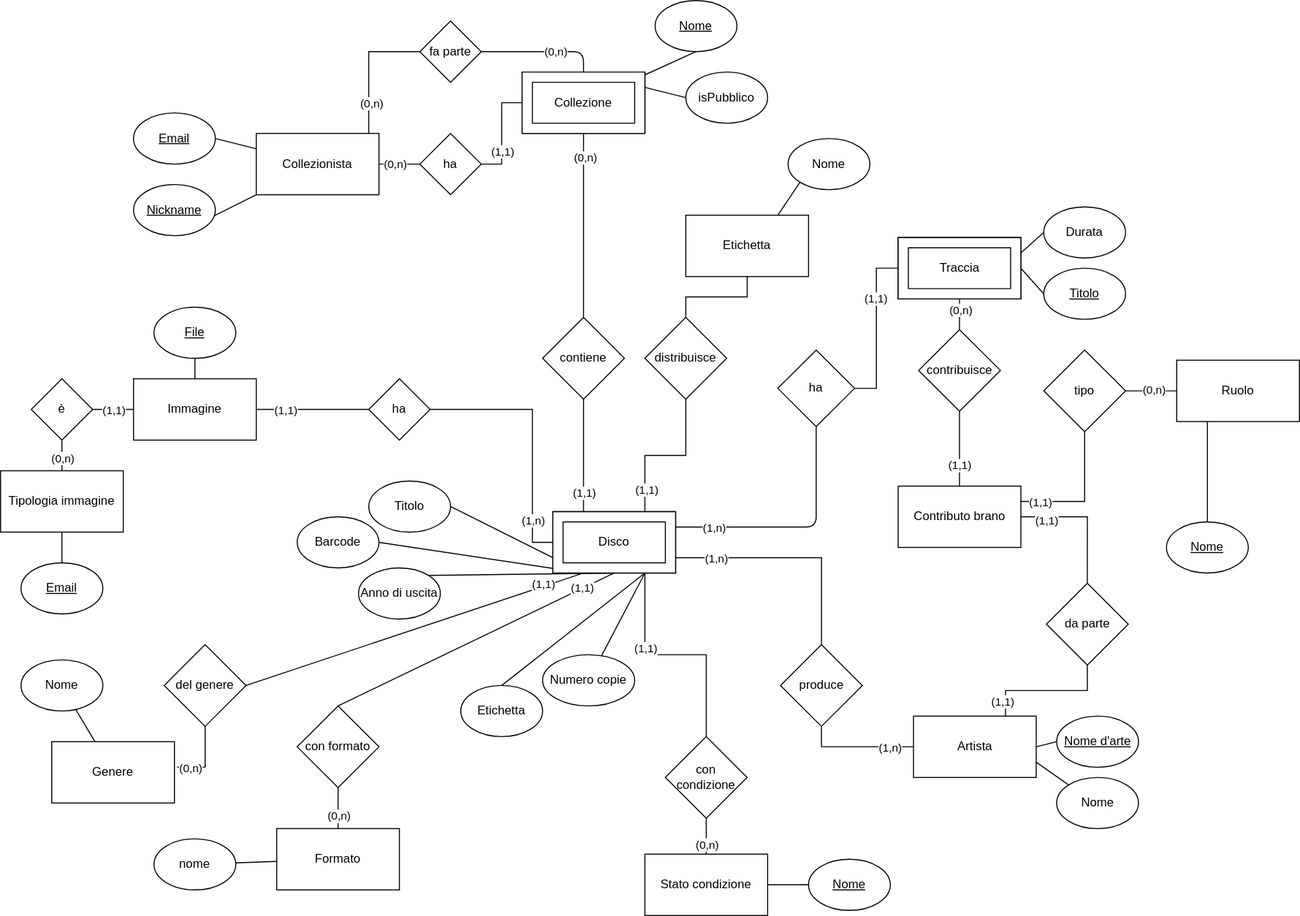
Specy/uni-bd-collectors keeps this draw.io diagram as submission/logical-er.drawio.svg. Above is the earlier version. Source tidied: cells renumbered, new cells last; positions are measured from the earlier drawing's top-left corner, leaving out a move shared by most shapes.
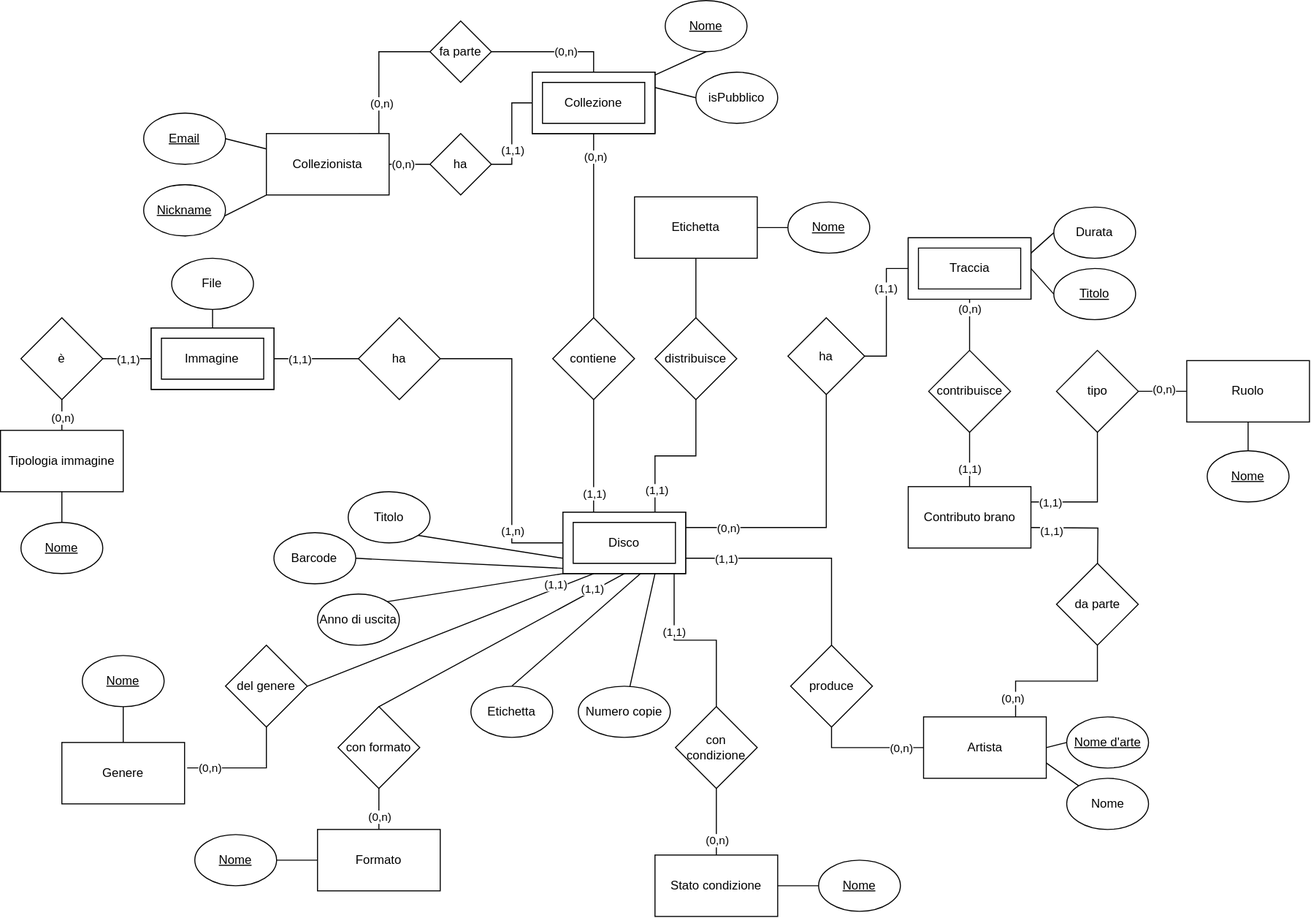
The same file after the commit.

The edit, as a diff of the source:
```diff
@@ -57,8 +57,8 @@
     <mxCell id="18" value="Immagine" style="rounded=0;whiteSpace=wrap;html=1;" parent="1" vertex="1">
-      <mxGeometry x="130" y="370" width="120" height="60" as="geometry" />
+      <mxGeometry x="137.4" y="320" width="120" height="60" as="geometry" />
     </mxCell>
-    <mxCell id="19" style="jettySize=auto;html=1;exitX=0.5;exitY=1;exitDx=0;exitDy=0;entryX=1;entryY=0;entryDx=0;entryDy=0;endArrow=none;endFill=0;" parent="1" edge="1" source="27" target="34">
+    <mxCell id="19" style="jettySize=auto;html=1;exitX=0;exitY=1;exitDx=0;exitDy=0;entryX=1;entryY=0;entryDx=0;entryDy=0;endArrow=none;endFill=0;exitPerimeter=0;" parent="1" edge="1" source="78" target="34">
       <mxGeometry relative="1" as="geometry" />
     </mxCell>
-    <mxCell id="20" style="jettySize=auto;html=1;exitX=0.25;exitY=1;exitDx=0;exitDy=0;entryX=1;entryY=0.5;entryDx=0;entryDy=0;endArrow=none;endFill=0;" parent="1" edge="1" source="27" target="33">
+    <mxCell id="20" style="jettySize=auto;html=1;exitX=0;exitY=0.914;exitDx=0;exitDy=0;entryX=1;entryY=0.5;entryDx=0;entryDy=0;endArrow=none;endFill=0;exitPerimeter=0;" parent="1" edge="1" source="78" target="33">
       <mxGeometry relative="1" as="geometry" />
@@ -68,9 +68,9 @@
     </mxCell>
-    <mxCell id="22" style="jettySize=auto;html=1;exitX=0;exitY=0.75;exitDx=0;exitDy=0;entryX=1;entryY=0.5;entryDx=0;entryDy=0;endArrow=none;endFill=0;" parent="1" edge="1" source="27" target="32">
+    <mxCell id="22" style="jettySize=auto;html=1;exitX=0;exitY=0.75;exitDx=0;exitDy=0;entryX=1;entryY=1;entryDx=0;entryDy=0;endArrow=none;endFill=0;" parent="1" edge="1" source="27" target="32">
       <mxGeometry relative="1" as="geometry" />
     </mxCell>
-    <mxCell id="23" style="edgeStyle=orthogonalEdgeStyle;jettySize=auto;html=1;exitX=0;exitY=0;exitDx=120;exitDy=15;endArrow=none;endFill=0;exitPerimeter=0;" parent="1" edge="1" source="78" target="45">
+    <mxCell id="23" style="edgeStyle=orthogonalEdgeStyle;jettySize=auto;html=1;exitX=0;exitY=0;exitDx=120;exitDy=15;endArrow=none;endFill=0;exitPerimeter=0;rounded=0;" parent="1" edge="1" source="78" target="45">
       <mxGeometry relative="1" as="geometry" />
     </mxCell>
-    <mxCell id="24" value="(1,n)" style="edgeLabel;html=1;align=center;verticalAlign=middle;" parent="23" vertex="1">
+    <mxCell id="24" value="(0,n)" style="edgeLabel;html=1;align=center;verticalAlign=middle;" parent="23" vertex="1">
       <mxGeometry x="-0.69" relative="1" as="geometry" />
@@ -80,3 +80,3 @@
     </mxCell>
-    <mxCell id="26" value="(1,n)" style="edgeLabel;html=1;align=center;verticalAlign=middle;" parent="25" vertex="1">
+    <mxCell id="26" value="(1,1)" style="edgeLabel;html=1;align=center;verticalAlign=middle;" parent="25" vertex="1">
       <mxGeometry x="-0.61" relative="1" as="geometry">
@@ -94,16 +94,16 @@
     </mxCell>
-    <mxCell id="30" value="Nome" style="ellipse;whiteSpace=wrap;html=1;rounded=0;" parent="1" vertex="1">
-      <mxGeometry x="20" y="645" width="80" height="50" as="geometry" />
+    <mxCell id="30" value="&lt;u&gt;Nome&lt;/u&gt;" style="ellipse;whiteSpace=wrap;html=1;rounded=0;" parent="1" vertex="1">
+      <mxGeometry x="70" y="640" width="80" height="50" as="geometry" />
     </mxCell>
-    <mxCell id="31" value="nome" style="ellipse;whiteSpace=wrap;html=1;rounded=0;" parent="1" vertex="1">
-      <mxGeometry x="150" y="820" width="80" height="50" as="geometry" />
+    <mxCell id="31" value="&lt;u&gt;Nome&lt;/u&gt;" style="ellipse;whiteSpace=wrap;html=1;rounded=0;" parent="1" vertex="1">
+      <mxGeometry x="180" y="815" width="80" height="50" as="geometry" />
     </mxCell>
     <mxCell id="32" value="Titolo" style="ellipse;whiteSpace=wrap;html=1;rounded=0;" parent="1" vertex="1">
-      <mxGeometry x="360" y="470" width="80" height="50" as="geometry" />
+      <mxGeometry x="330" y="480" width="80" height="50" as="geometry" />
     </mxCell>
     <mxCell id="33" value="Barcode" style="ellipse;whiteSpace=wrap;html=1;rounded=0;" parent="1" vertex="1">
-      <mxGeometry x="290" y="505" width="80" height="50" as="geometry" />
+      <mxGeometry x="257.4" y="520" width="80" height="50" as="geometry" />
     </mxCell>
     <mxCell id="34" value="Anno di uscita" style="ellipse;whiteSpace=wrap;html=1;rounded=0;" parent="1" vertex="1">
-      <mxGeometry x="350" y="555" width="80" height="50" as="geometry" />
+      <mxGeometry x="300" y="580" width="80" height="50" as="geometry" />
     </mxCell>
@@ -112,3 +112,3 @@
     </mxCell>
-    <mxCell id="36" style="jettySize=auto;html=1;exitX=0.75;exitY=1;exitDx=0;exitDy=0;entryX=0.5;entryY=0;entryDx=0;entryDy=0;endArrow=none;endFill=0;" parent="1" edge="1" source="27" target="37">
+    <mxCell id="36" style="jettySize=auto;html=1;exitX=0.644;exitY=0.979;exitDx=0;exitDy=0;entryX=0.5;entryY=0;entryDx=0;entryDy=0;endArrow=none;endFill=0;exitPerimeter=0;" parent="1" edge="1" source="78" target="37">
       <mxGeometry relative="1" as="geometry" />
@@ -121,4 +121,4 @@
         <Array as="points">
-          <mxPoint x="520" y="400" />
-          <mxPoint x="520" y="530" />
+          <mxPoint x="490" y="350" />
+          <mxPoint x="490" y="530" />
         </Array>
@@ -140,3 +140,3 @@
     <mxCell id="42" value="ha" style="rhombus;whiteSpace=wrap;html=1;" parent="1" vertex="1">
-      <mxGeometry x="360" y="370" width="60" height="60" as="geometry" />
+      <mxGeometry x="340" y="310" width="80" height="80" as="geometry" />
     </mxCell>
@@ -151,3 +151,3 @@
     <mxCell id="45" value="ha" style="rhombus;whiteSpace=wrap;html=1;" parent="1" vertex="1">
-      <mxGeometry x="760" y="341.9" width="75" height="75" as="geometry" />
+      <mxGeometry x="760" y="310" width="75" height="75" as="geometry" />
     </mxCell>
@@ -173,3 +173,3 @@
     </mxCell>
-    <mxCell id="52" style="edgeStyle=orthogonalEdgeStyle;jettySize=auto;html=1;exitX=0.5;exitY=0;exitDx=0;exitDy=0;entryX=1;entryY=0.5;entryDx=0;entryDy=0;endArrow=none;endFill=0;" parent="1" edge="1" source="15" target="54">
+    <mxCell id="52" style="edgeStyle=orthogonalEdgeStyle;jettySize=auto;html=1;exitX=0.5;exitY=0;exitDx=0;exitDy=0;entryX=1;entryY=0.5;entryDx=0;entryDy=0;endArrow=none;endFill=0;rounded=0;" parent="1" edge="1" source="15" target="54">
       <mxGeometry relative="1" as="geometry" />
@@ -189,3 +189,3 @@
     <mxCell id="57" value="Numero copie" style="ellipse;whiteSpace=wrap;html=1;rounded=0;" parent="1" vertex="1">
-      <mxGeometry x="530" y="640" width="90" height="50" as="geometry" />
+      <mxGeometry x="555" y="670" width="90" height="50" as="geometry" />
     </mxCell>
@@ -194,4 +194,4 @@
     </mxCell>
-    <mxCell id="59" value="&lt;u style=&quot;&quot;&gt;File&lt;/u&gt;" style="ellipse;whiteSpace=wrap;html=1;rounded=0;" parent="1" vertex="1">
-      <mxGeometry x="150" y="300" width="80" height="50" as="geometry" />
+    <mxCell id="59" value="File" style="ellipse;whiteSpace=wrap;html=1;rounded=0;" parent="1" vertex="1">
+      <mxGeometry x="157.4" y="251.8" width="80" height="50" as="geometry" />
     </mxCell>
@@ -224,3 +224,3 @@
     </mxCell>
-    <mxCell id="69" value="(1,n)" style="edgeLabel;html=1;align=center;verticalAlign=middle;" parent="68" vertex="1">
+    <mxCell id="69" value="(0,n)" style="edgeLabel;html=1;align=center;verticalAlign=middle;" parent="68" vertex="1">
       <mxGeometry x="0.22" relative="1" as="geometry">
@@ -241,3 +241,3 @@
     </mxCell>
-    <mxCell id="74" style="edgeStyle=orthogonalEdgeStyle;rounded=0;jettySize=auto;html=1;exitX=0;exitY=0;exitDx=90.00000000000001;exitDy=60.00000000000001;exitPerimeter=0;entryX=0.5;entryY=0;entryDx=0;entryDy=0;endArrow=none;endFill=0;" parent="1" edge="1" source="78" target="97">
+    <mxCell id="74" style="edgeStyle=orthogonalEdgeStyle;rounded=0;jettySize=auto;html=1;entryX=0.5;entryY=0;entryDx=0;entryDy=0;endArrow=none;endFill=0;exitX=0.906;exitY=0.988;exitDx=0;exitDy=0;exitPerimeter=0;" parent="1" edge="1" source="78" target="97">
       <mxGeometry relative="1" as="geometry" />
@@ -276,8 +276,8 @@
     <mxCell id="84" value="Etichetta" style="rounded=0;whiteSpace=wrap;html=1;" parent="1" vertex="1">
-      <mxGeometry x="670" y="210" width="120" height="60" as="geometry" />
+      <mxGeometry x="610" y="191.8" width="120" height="60" as="geometry" />
     </mxCell>
-    <mxCell id="85" value="Nome" style="ellipse;whiteSpace=wrap;html=1;rounded=0;" parent="1" vertex="1">
-      <mxGeometry x="770" y="135" width="80" height="50" as="geometry" />
+    <mxCell id="85" value="&lt;u&gt;Nome&lt;/u&gt;" style="ellipse;whiteSpace=wrap;html=1;rounded=0;" parent="1" vertex="1">
+      <mxGeometry x="760" y="196.8" width="80" height="50" as="geometry" />
     </mxCell>
-    <mxCell id="86" style="jettySize=auto;html=1;exitX=0.75;exitY=0;exitDx=0;exitDy=0;endArrow=none;endFill=0;entryX=0;entryY=1;entryDx=0;entryDy=0;" parent="1" edge="1" source="84" target="85">
+    <mxCell id="86" style="jettySize=auto;html=1;exitX=1;exitY=0.5;exitDx=0;exitDy=0;endArrow=none;endFill=0;entryX=0;entryY=0.5;entryDx=0;entryDy=0;" parent="1" edge="1" source="84" target="85">
       <mxGeometry relative="1" as="geometry" />
@@ -293,4 +293,7 @@
     </mxCell>
-    <mxCell id="90" style="edgeStyle=orthogonalEdgeStyle;rounded=0;jettySize=auto;html=1;entryX=0.5;entryY=0;entryDx=0;entryDy=0;endArrow=none;endFill=0;" parent="1" edge="1" source="92" target="115">
-      <mxGeometry relative="1" as="geometry" />
+    <mxCell id="90" style="edgeStyle=orthogonalEdgeStyle;rounded=0;orthogonalLoop=1;jettySize=auto;html=1;entryX=0.5;entryY=0;entryDx=0;entryDy=0;endArrow=none;endFill=0;" parent="1" edge="1">
+      <mxGeometry relative="1" as="geometry">
+        <mxPoint x="997.6" y="515" as="sourcePoint" />
+        <mxPoint x="1062.6" y="560" as="targetPoint" />
+      </mxGeometry>
     </mxCell>
@@ -315,8 +318,8 @@
     <mxCell id="97" value="con condizione" style="rhombus;whiteSpace=wrap;html=1;rounded=0;" parent="1" vertex="1">
-      <mxGeometry x="650" y="720" width="80" height="80" as="geometry" />
+      <mxGeometry x="650" y="690" width="80" height="80" as="geometry" />
     </mxCell>
-    <mxCell id="98" style="edgeStyle=orthogonalEdgeStyle;rounded=0;jettySize=auto;html=1;entryX=1.021;entryY=0.414;entryDx=0;entryDy=0;endArrow=none;endFill=0;entryPerimeter=0;" parent="1" edge="1" source="100" target="101">
+    <mxCell id="98" style="edgeStyle=orthogonalEdgeStyle;rounded=0;jettySize=auto;html=1;entryX=1.021;entryY=0.414;entryDx=0;entryDy=0;endArrow=none;endFill=0;entryPerimeter=0;exitX=0.5;exitY=1;exitDx=0;exitDy=0;" parent="1" edge="1" source="100" target="101">
       <mxGeometry relative="1" as="geometry">
         <Array as="points">
-          <mxPoint x="200" y="750" />
+          <mxPoint x="250" y="750" />
         </Array>
@@ -328,3 +331,3 @@
     <mxCell id="100" value="del genere" style="rhombus;whiteSpace=wrap;html=1;rounded=0;" parent="1" vertex="1">
-      <mxGeometry x="160" y="630" width="80" height="80" as="geometry" />
+      <mxGeometry x="210" y="630" width="80" height="80" as="geometry" />
     </mxCell>
@@ -342,3 +345,3 @@
     <mxCell id="104" value="tipo" style="rhombus;whiteSpace=wrap;html=1;rounded=0;" parent="1" vertex="1">
-      <mxGeometry x="1020" y="341.9" width="80" height="80" as="geometry" />
+      <mxGeometry x="1022.6" y="341.9" width="80" height="80" as="geometry" />
     </mxCell>
@@ -350,5 +353,2 @@
     </mxCell>
-    <mxCell id="107" style="edgeStyle=orthogonalEdgeStyle;rounded=0;jettySize=auto;html=1;exitX=0.25;exitY=1;exitDx=0;exitDy=0;entryX=0.5;entryY=0;entryDx=0;entryDy=0;endArrow=none;endFill=0;" parent="1" edge="1" source="108" target="109">
-      <mxGeometry relative="1" as="geometry" />
-    </mxCell>
     <mxCell id="108" value="Ruolo" style="rounded=0;whiteSpace=wrap;html=1;" parent="1" vertex="1">
@@ -356,4 +356,7 @@
     </mxCell>
+    <mxCell id="128" style="edgeStyle=orthogonalEdgeStyle;rounded=0;jettySize=auto;html=1;entryX=0.5;entryY=1;entryDx=0;entryDy=0;endArrow=none;endFill=0;" parent="1" edge="1" source="109" target="108">
+      <mxGeometry relative="1" as="geometry" />
+    </mxCell>
     <mxCell id="109" value="&lt;u&gt;Nome&lt;/u&gt;" style="ellipse;whiteSpace=wrap;html=1;rounded=0;" parent="1" vertex="1">
-      <mxGeometry x="1140" y="510" width="80" height="50" as="geometry" />
+      <mxGeometry x="1170" y="440" width="80" height="50" as="geometry" />
     </mxCell>
@@ -368,3 +371,3 @@
     <mxCell id="112" value="contribuisce" style="rhombus;whiteSpace=wrap;html=1;rounded=0;" parent="1" vertex="1">
-      <mxGeometry x="897.6" y="321.9" width="80" height="80" as="geometry" />
+      <mxGeometry x="897.6" y="341.9" width="80" height="80" as="geometry" />
     </mxCell>
@@ -373,3 +376,3 @@
     </mxCell>
-    <mxCell id="114" value="(1,1)" style="edgeLabel;html=1;align=center;verticalAlign=middle;" parent="113" vertex="1">
+    <mxCell id="114" value="(0,n)" style="edgeLabel;html=1;align=center;verticalAlign=middle;" parent="113" vertex="1">
       <mxGeometry x="0.76" y="-3" relative="1" as="geometry" />
@@ -377,6 +380,6 @@
     <mxCell id="115" value="da parte" style="rhombus;whiteSpace=wrap;html=1;rounded=0;" parent="1" vertex="1">
-      <mxGeometry x="1022.6" y="570" width="80" height="80" as="geometry" />
+      <mxGeometry x="1022.6" y="550" width="80" height="80" as="geometry" />
     </mxCell>
     <mxCell id="116" value="Tipologia immagine" style="rounded=0;whiteSpace=wrap;html=1;" parent="1" vertex="1">
-      <mxGeometry y="460" width="120" height="60" as="geometry" />
+      <mxGeometry x="-10" y="420" width="120" height="60" as="geometry" />
     </mxCell>
@@ -391,3 +394,3 @@
     <mxCell id="119" value="è" style="rhombus;whiteSpace=wrap;html=1;" parent="1" vertex="1">
-      <mxGeometry x="30" y="370" width="60" height="60" as="geometry" />
+      <mxGeometry x="10" y="310" width="80" height="80" as="geometry" />
     </mxCell>
@@ -396,4 +399,4 @@
     </mxCell>
-    <mxCell id="121" value="&lt;u&gt;Email&lt;/u&gt;" style="ellipse;whiteSpace=wrap;html=1;rounded=0;" parent="1" vertex="1">
-      <mxGeometry x="20" y="550" width="80" height="50" as="geometry" />
+    <mxCell id="121" value="&lt;u&gt;Nome&lt;/u&gt;" style="ellipse;whiteSpace=wrap;html=1;rounded=0;" parent="1" vertex="1">
+      <mxGeometry x="10" y="510" width="80" height="50" as="geometry" />
     </mxCell>
@@ -406,3 +409,3 @@
     <mxCell id="124" value="con formato" style="rhombus;whiteSpace=wrap;html=1;rounded=0;" parent="1" vertex="1">
-      <mxGeometry x="290" y="690" width="80" height="80" as="geometry" />
+      <mxGeometry x="320" y="690" width="80" height="80" as="geometry" />
     </mxCell>
@@ -412,3 +415,3 @@
     <mxCell id="126" value="Formato" style="rounded=0;whiteSpace=wrap;html=1;" parent="1" vertex="1">
-      <mxGeometry x="270" y="810" width="120" height="60" as="geometry" />
+      <mxGeometry x="300" y="810" width="120" height="60" as="geometry" />
     </mxCell>
@@ -419,2 +422,5 @@
     </mxCell>
+    <mxCell id="129" style="verticalLabelPosition=bottom;verticalAlign=top;html=1;shape=mxgraph.basic.frame;dx=10;whiteSpace=wrap;" parent="1" vertex="1">
+      <mxGeometry x="137.4" y="320" width="120" height="60" as="geometry" />
+    </mxCell>
   </root>
```
